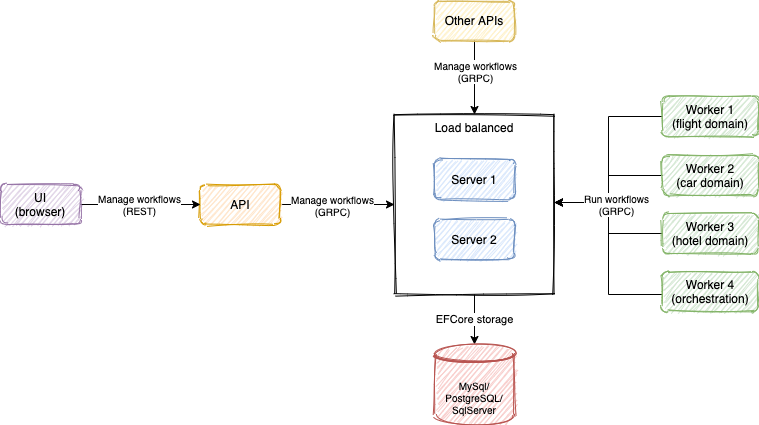
Earlier version of the draw.io export readme/diagrams/architecture_1.png (lucaslorentz/durabletask-extensions). Source tidied: cells renumbered, new cells last; positions are measured from the earlier drawing's top-left corner, leaving out a move shared by most shapes.
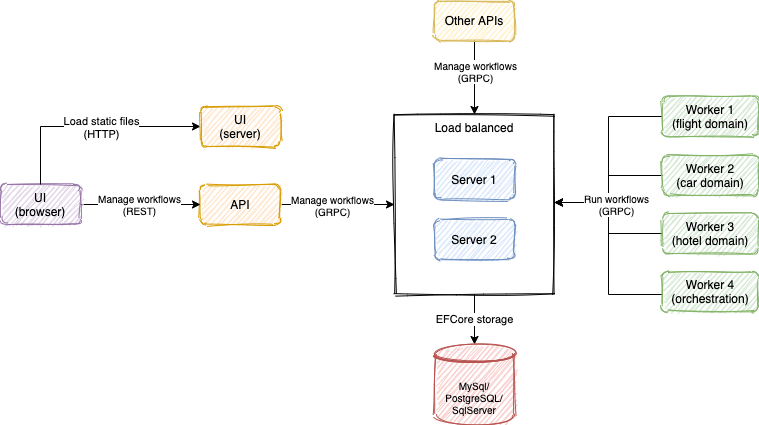
Above is the later version.

What changed in the source:
```diff
@@ -95,5 +95,21 @@
     <mxCell id="24" value="Worker 4&lt;br&gt;(orchestration)" style="rounded=1;whiteSpace=wrap;html=1;fillColor=#d5e8d4;strokeColor=#82b366;sketch=1;" parent="1" vertex="1">
       <mxGeometry x="662" y="271" width="96" height="40" as="geometry" />
     </mxCell>
+    <mxCell id="25" style="edgeStyle=elbowEdgeStyle;rounded=0;jettySize=auto;html=1;entryX=0;entryY=0.5;entryDx=0;entryDy=0;" parent="1" edge="1" source="12" target="27">
+      <mxGeometry relative="1" as="geometry">
+        <Array as="points">
+          <mxPoint x="40" y="164" />
+          <mxPoint x="67" y="154" />
+        </Array>
+      </mxGeometry>
+    </mxCell>
+    <mxCell id="26" value="Load static files&lt;br&gt;(HTTP)" style="edgeLabel;html=1;align=center;verticalAlign=middle;" parent="25" vertex="1">
+      <mxGeometry x="0.24" y="-2" relative="1" as="geometry">
+        <mxPoint x="-17" y="-2" as="offset" />
+      </mxGeometry>
+    </mxCell>
+    <mxCell id="27" value="UI&lt;br&gt;(server)" style="rounded=1;whiteSpace=wrap;html=1;fillColor=#ffe6cc;strokeColor=#d79b00;sketch=1;" parent="1" vertex="1">
+      <mxGeometry x="200" y="106" width="80" height="40" as="geometry" />
+    </mxCell>
   </root>
 </mxGraphModel>
```
